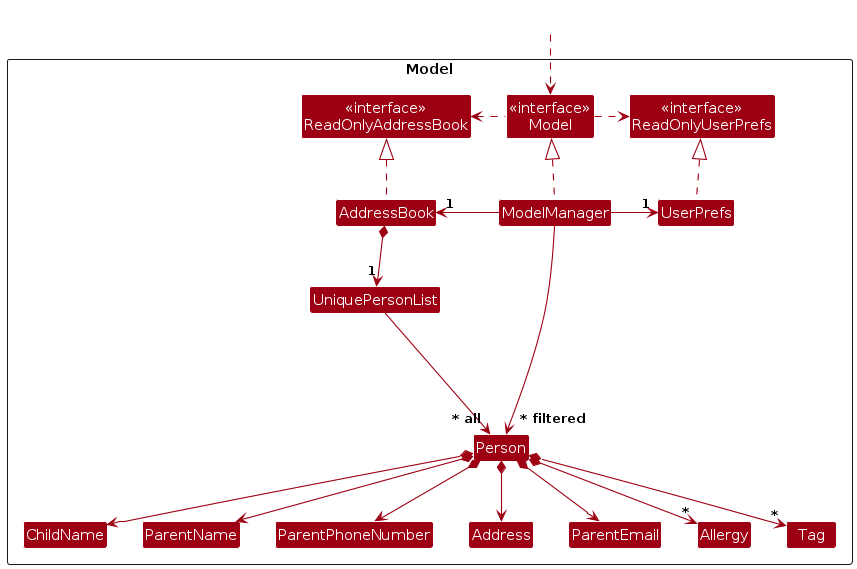
The PlantUML diagram diagrams/ModelClassDiagram.png in AY2526S1-CS2103T-F08a-4/tp, before a commit. Its source is kept beside it as diagrams/ModelClassDiagram.puml.
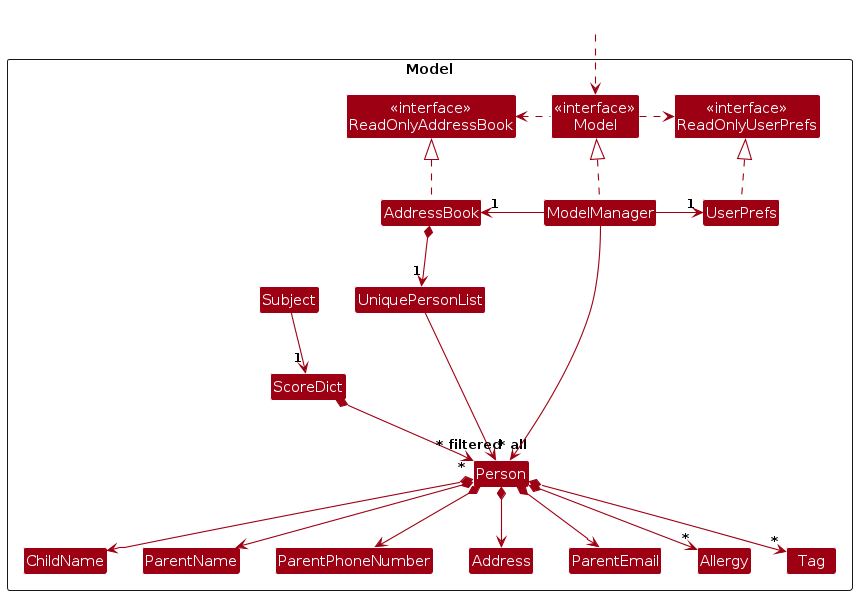
The same file after the commit.

Change to the diagram source:
```diff
@@ -21,6 +21,8 @@
 Class ParentPhoneNumber
 Class Allergy
 Class Tag
+Class ScoreDict
+Class Subject
 
 Class I #FFFFFF
 }
@@ -46,6 +48,8 @@
 Person *--> Address
 Person *--> "*" Tag
 Person *--> "*" Allergy
+ScoreDict *--> "*" Person
+Subject --> "1" ScoreDict
 
 Person -[hidden]up--> I
 UniquePersonList -[hidden]right-> I
```
